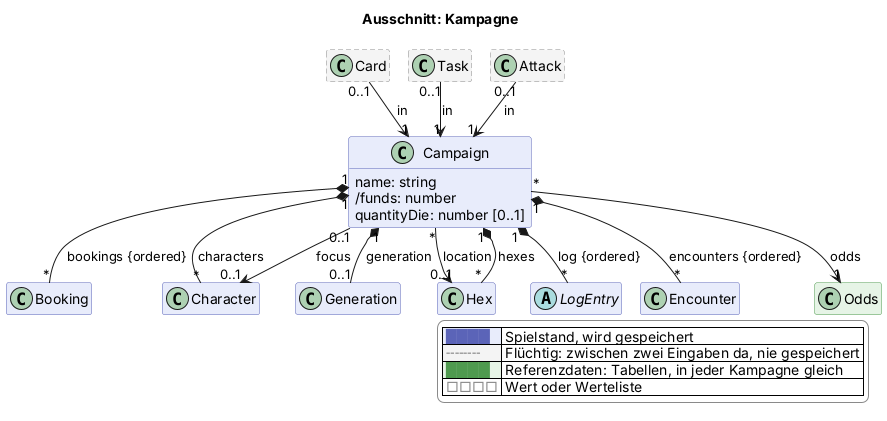
The PlantUML diagram docs/views/kampagne.png in scuzzar/SRE, before a commit.
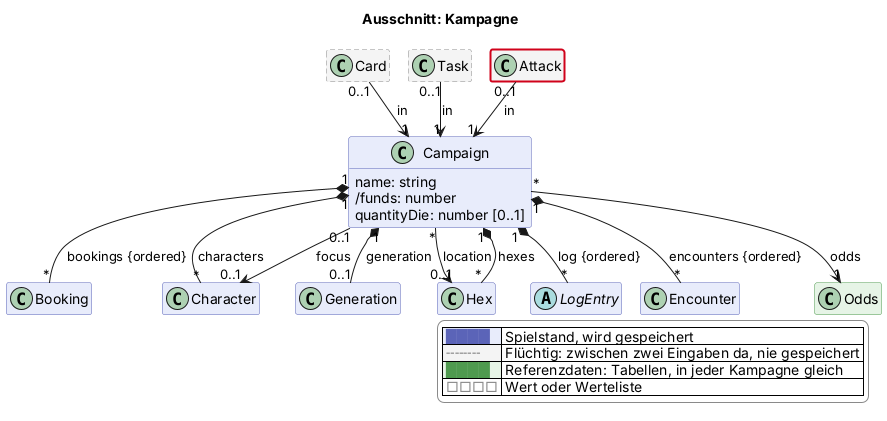
Later version of the same file.

Change to the diagram source:
```diff
@@ -111,4 +111,5 @@
   |<#e6f4e6> <color:#4f9a4f>████</color> | Referenzdaten: Tabellen, in jeder Kampagne gleich |
   |<#ffffff> <color:#8a8a8a>□□□□</color> | Wert oder Werteliste |
 endlegend
+class Attack #line:d0021b;line.bold
 @enduml
```
